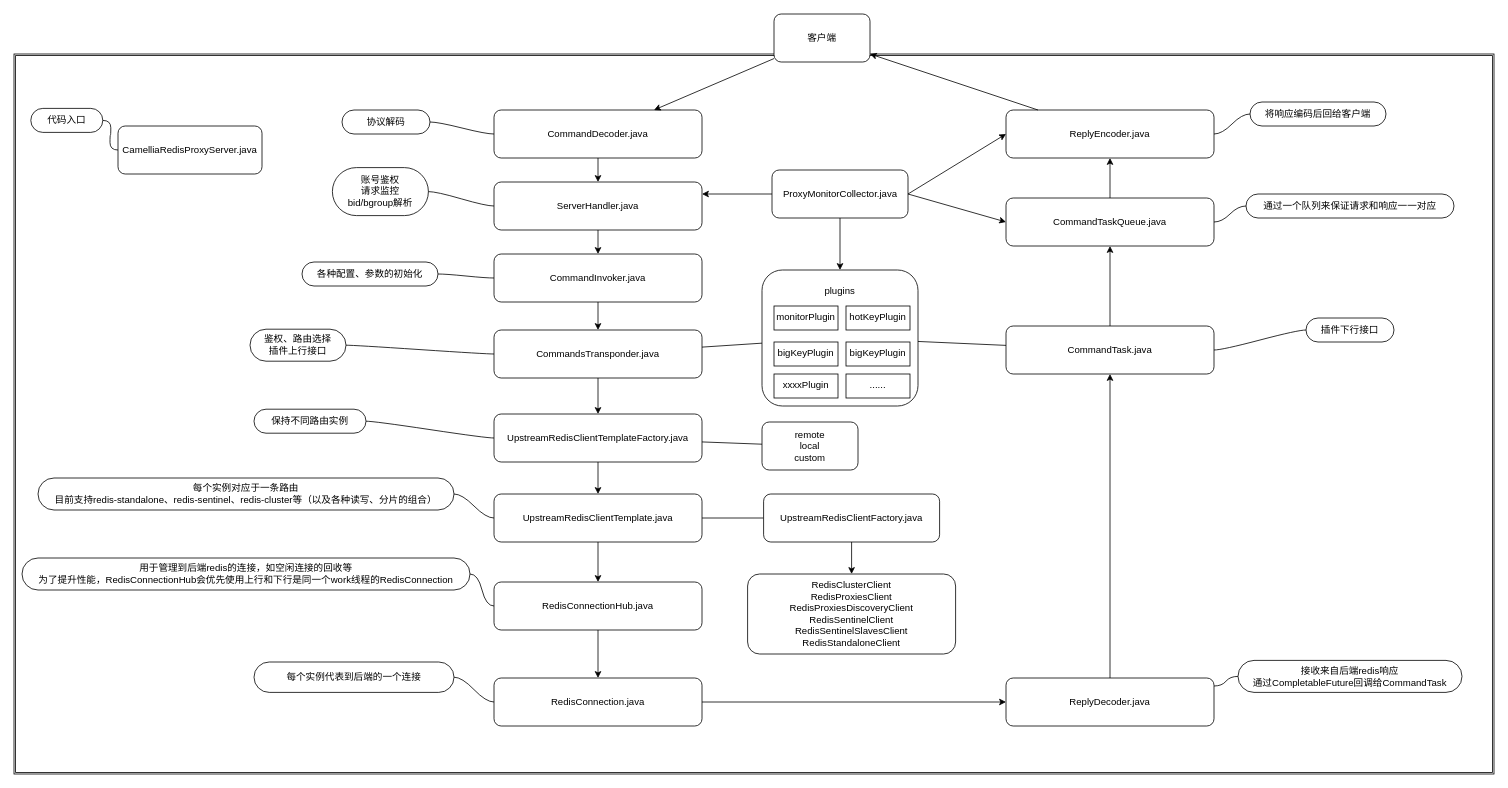
Before: docs/camellia-redis-proxy/code/redis-proxy-code.drawio in netease-im/camellia, a draw.io diagram. Source tidied: cells renumbered, new cells numbered last; positions are measured from the earlier drawing's top-left corner, leaving out a move shared by most shapes. Both pictures are drawn from the tidied source at 80%, with x=0, y=0 at pixel (14, 14).
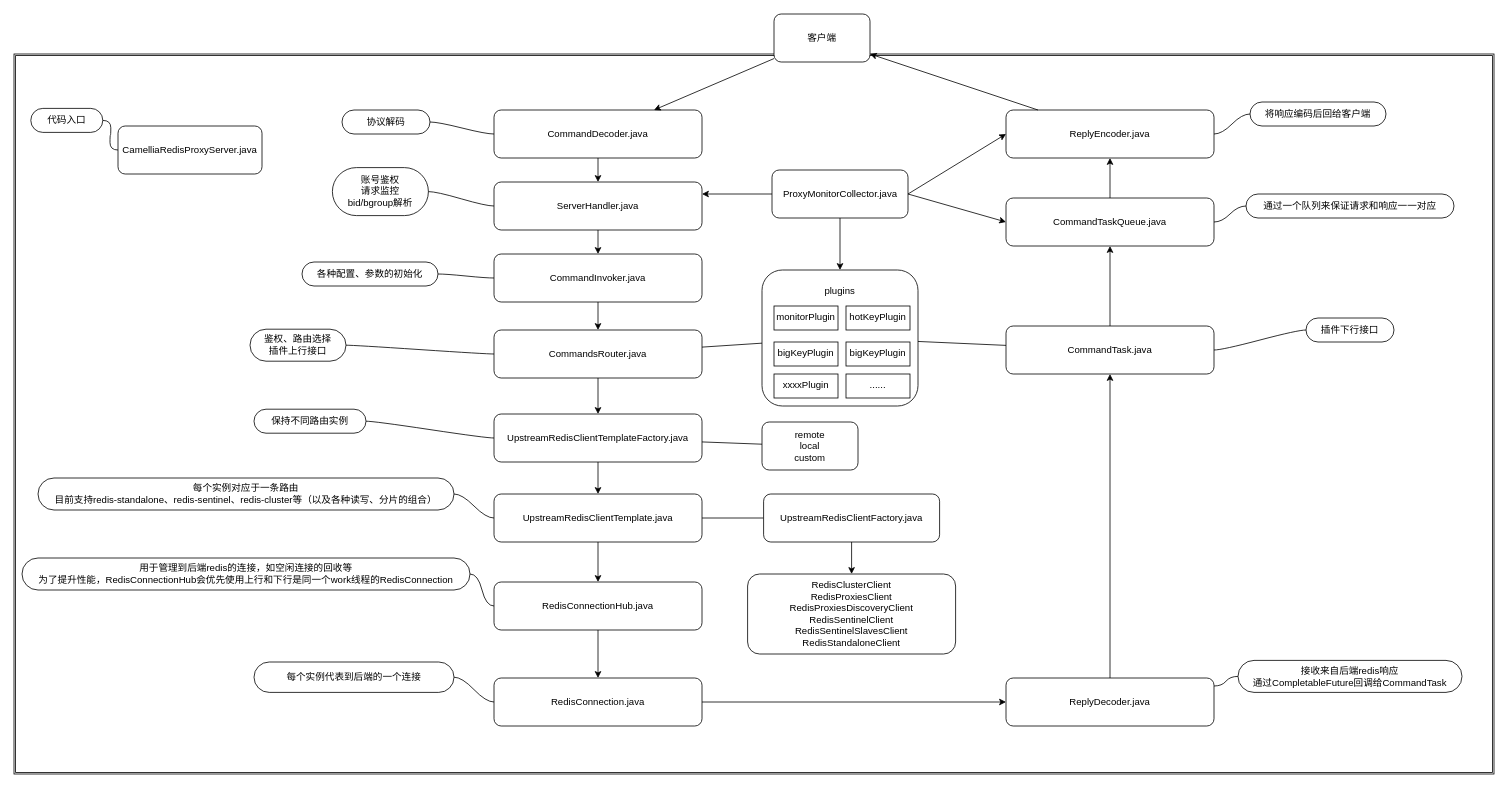
The same diagram, later.

Diff of the diagram source:
```diff
@@
-    <mxCell id="7" value="CommandsTransponder.java" style="rounded=1;whiteSpace=wrap;html=1;" parent="1" vertex="1">
+    <mxCell id="7" value="CommandsRouter.java" style="rounded=1;whiteSpace=wrap;html=1;" parent="1" vertex="1">
       <mxGeometry x="600" y="395" width="260" height="60" as="geometry" />
     </mxCell>
```
